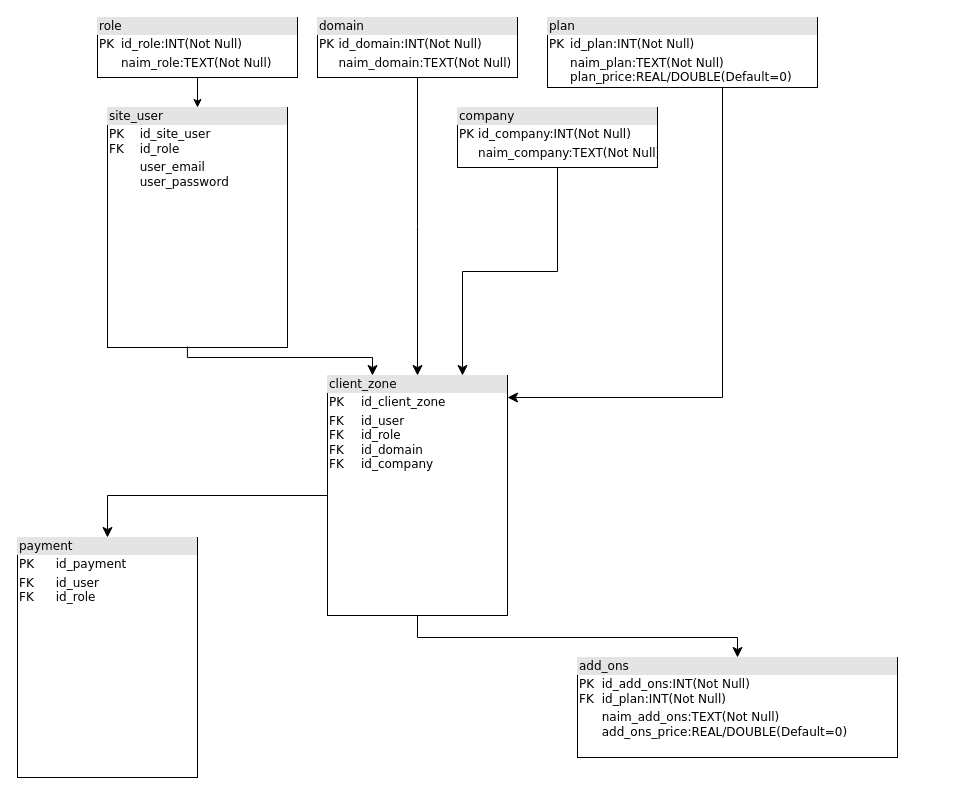
Earlier version of the draw.io diagram payment_gateway/payment_gateway.drawio (Scykorr/inout_project). Source tidied: cells renumbered, new cells numbered last; positions are measured from the earlier drawing's top-left corner, leaving out a move shared by most shapes. Both pictures are drawn from the tidied source at 100%, with x=0, y=0 at pixel (17, 17).
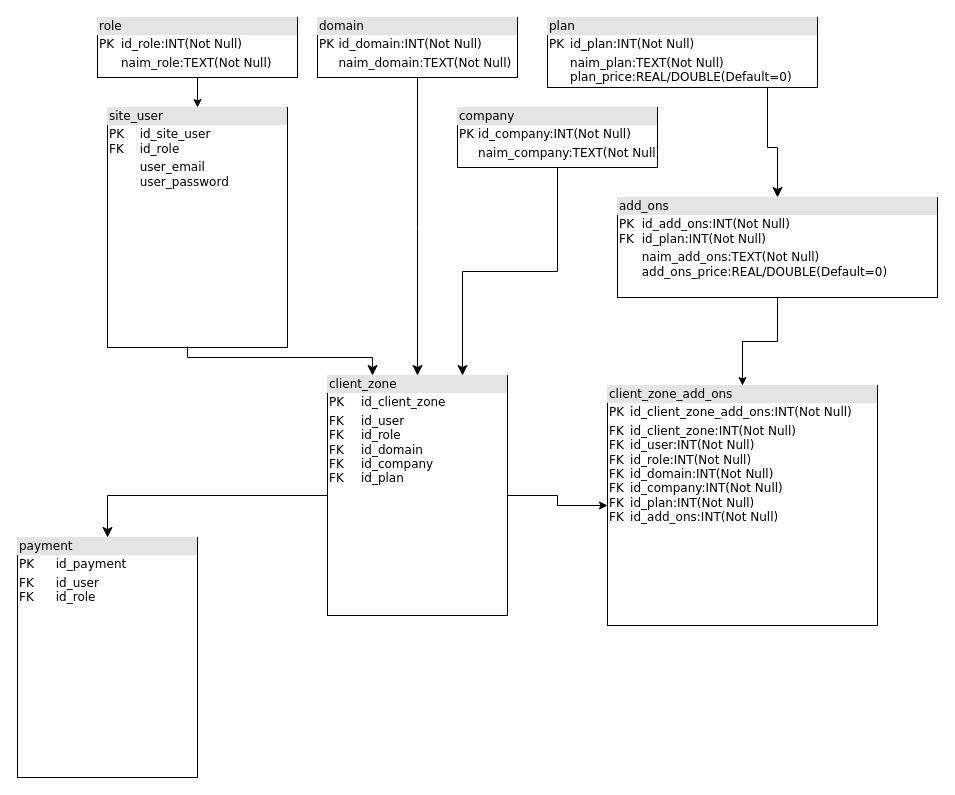
After the change.

Commit message:
Обновление payment_gateway.drawio add add-ons table

Unchanged cells that the change refers to:
```xml
<mxCell id="13" value="&lt;div style=&quot;box-sizing: border-box ; width: 100% ; background: #e4e4e4 ; padding: 2px&quot;&gt;plan&lt;/div&gt;&lt;table style=&quot;width: 100% ; font-size: 1em&quot; cellpadding=&quot;2&quot; cellspacing=&quot;0&quot;&gt;&lt;tbody&gt;&lt;tr&gt;&lt;td&gt;PK&lt;/td&gt;&lt;td&gt;id_plan:INT(Not Null)&lt;/td&gt;&lt;/tr&gt;&lt;tr&gt;&lt;td&gt;&lt;br&gt;&lt;/td&gt;&lt;td&gt;naim_plan:TEXT(Not Null)&lt;br&gt;plan_price:REAL/DOUBLE(Default=0)&lt;/td&gt;&lt;/tr&gt;&lt;/tbody&gt;&lt;/table&gt;" style="verticalAlign=top;align=left;overflow=fill;html=1;rounded=0;shadow=0;comic=0;labelBackgroundColor=none;strokeWidth=1;fontFamily=Verdana;fontSize=12;" parent="1" vertex="1">
  <mxGeometry x="530" width="270" height="70" as="geometry" />
</mxCell>
```

What changed in the source:
```diff
@@
+    <mxCell id="17" style="edgeStyle=orthogonalEdgeStyle;rounded=0;jettySize=auto;html=1;" parent="1" edge="1" source="7" target="19">
+      <mxGeometry relative="1" as="geometry" />
+    </mxCell>
-    <mxCell id="7" value="&lt;div style=&quot;box-sizing: border-box ; width: 100% ; background: #e4e4e4 ; padding: 2px&quot;&gt;client_zone&lt;/div&gt;&lt;table style=&quot;width: 100% ; font-size: 1em&quot; cellpadding=&quot;2&quot; cellspacing=&quot;0&quot;&gt;&lt;tbody&gt;&lt;tr&gt;&lt;td&gt;PK&lt;/td&gt;&lt;td&gt;id_client_zone&lt;/td&gt;&lt;/tr&gt;&lt;tr&gt;&lt;td&gt;FK&lt;br&gt;FK&lt;br&gt;FK&lt;br&gt;FK&lt;/td&gt;&lt;td&gt;id_user&lt;br&gt;id_role&lt;br&gt;id_domain&lt;br&gt;id_company&lt;/td&gt;&lt;/tr&gt;&lt;tr&gt;&lt;td&gt;&lt;/td&gt;&lt;td&gt;&lt;/td&gt;&lt;/tr&gt;&lt;/tbody&gt;&lt;/table&gt;" style="verticalAlign=top;align=left;overflow=fill;html=1;rounded=0;shadow=0;comic=0;labelBackgroundColor=none;strokeWidth=1;fontFamily=Verdana;fontSize=12;" parent="1" vertex="1">
+    <mxCell id="7" value="&lt;div style=&quot;box-sizing: border-box ; width: 100% ; background: #e4e4e4 ; padding: 2px&quot;&gt;client_zone&lt;/div&gt;&lt;table style=&quot;width: 100% ; font-size: 1em&quot; cellpadding=&quot;2&quot; cellspacing=&quot;0&quot;&gt;&lt;tbody&gt;&lt;tr&gt;&lt;td&gt;PK&lt;/td&gt;&lt;td&gt;id_client_zone&lt;/td&gt;&lt;/tr&gt;&lt;tr&gt;&lt;td&gt;FK&lt;br&gt;FK&lt;br&gt;FK&lt;br&gt;FK&lt;br&gt;FK&lt;/td&gt;&lt;td&gt;id_user&lt;br&gt;id_role&lt;br&gt;id_domain&lt;br&gt;id_company&lt;br&gt;id_plan&lt;/td&gt;&lt;/tr&gt;&lt;tr&gt;&lt;td&gt;&lt;/td&gt;&lt;td&gt;&lt;/td&gt;&lt;/tr&gt;&lt;/tbody&gt;&lt;/table&gt;" style="verticalAlign=top;align=left;overflow=fill;html=1;rounded=0;shadow=0;comic=0;labelBackgroundColor=none;strokeWidth=1;fontFamily=Verdana;fontSize=12;" parent="1" vertex="1">
       <mxGeometry x="310" y="358" width="180" height="240" as="geometry" />
     </mxCell>
@@
+    <mxCell id="18" style="edgeStyle=orthogonalEdgeStyle;rounded=0;jettySize=auto;html=1;" parent="1" edge="1" source="14" target="19">
+      <mxGeometry relative="1" as="geometry" />
+    </mxCell>
     <mxCell id="14" value="&lt;div style=&quot;box-sizing: border-box ; width: 100% ; background: #e4e4e4 ; padding: 2px&quot;&gt;add_ons&lt;/div&gt;&lt;table style=&quot;width: 100% ; font-size: 1em&quot; cellpadding=&quot;2&quot; cellspacing=&quot;0&quot;&gt;&lt;tbody&gt;&lt;tr&gt;&lt;td&gt;PK&lt;br&gt;FK&lt;/td&gt;&lt;td&gt;id_add_ons:INT(Not Null)&lt;br&gt;id_plan:INT(Not Null)&lt;br&gt;&lt;/td&gt;&lt;/tr&gt;&lt;tr&gt;&lt;td&gt;&lt;br&gt;&lt;/td&gt;&lt;td&gt;naim_add_ons:TEXT(Not Null)&lt;br&gt;add_ons_price:REAL/DOUBLE(Default=0)&lt;br&gt;&lt;/td&gt;&lt;/tr&gt;&lt;/tbody&gt;&lt;/table&gt;" style="verticalAlign=top;align=left;overflow=fill;html=1;rounded=0;shadow=0;comic=0;labelBackgroundColor=none;strokeWidth=1;fontFamily=Verdana;fontSize=12;" parent="1" vertex="1">
-      <mxGeometry x="560" y="640" width="320" height="100" as="geometry" />
+      <mxGeometry x="600" y="180" width="320" height="100" as="geometry" />
     </mxCell>
-    <mxCell id="15" style="edgeStyle=segmentEdgeStyle;endArrow=classic;html=1;curved=0;rounded=0;endSize=8;startSize=8;exitX=0.5;exitY=1;exitDx=0;exitDy=0;" parent="1" edge="1" source="13">
+    <mxCell id="15" style="edgeStyle=segmentEdgeStyle;endArrow=classic;html=1;curved=0;rounded=0;endSize=8;startSize=8;exitX=0.5;exitY=1;exitDx=0;exitDy=0;entryX=0.5;entryY=0;entryDx=0;entryDy=0;" parent="1" edge="1" source="13" target="14">
       <mxGeometry relative="1" as="geometry">
-        <mxPoint x="490" y="380" as="targetPoint" />
         <Array as="points">
-          <mxPoint x="705" y="70" />
-          <mxPoint x="705" y="380" />
-          <mxPoint x="490" y="380" />
+          <mxPoint x="750" y="70" />
+          <mxPoint x="750" y="130" />
+          <mxPoint x="760" y="130" />
         </Array>
       </mxGeometry>
     </mxCell>
-    <mxCell id="16" style="edgeStyle=segmentEdgeStyle;endArrow=classic;html=1;curved=0;rounded=0;endSize=8;startSize=8;exitX=0.5;exitY=1;exitDx=0;exitDy=0;entryX=0.5;entryY=0;entryDx=0;entryDy=0;" parent="1" edge="1" source="7" target="14">
-      <mxGeometry relative="1" as="geometry">
-        <Array as="points">
-          <mxPoint x="400" y="620" />
-          <mxPoint x="720" y="620" />
-        </Array>
-      </mxGeometry>
-    </mxCell>
+    <mxCell id="19" value="&lt;div style=&quot;box-sizing: border-box ; width: 100% ; background: #e4e4e4 ; padding: 2px&quot;&gt;client_zone_add_ons&lt;/div&gt;&lt;table style=&quot;width: 100% ; font-size: 1em&quot; cellpadding=&quot;2&quot; cellspacing=&quot;0&quot;&gt;&lt;tbody&gt;&lt;tr&gt;&lt;td&gt;PK&lt;/td&gt;&lt;td&gt;id_client_zone_add_ons:INT(Not Null)&lt;/td&gt;&lt;/tr&gt;&lt;tr&gt;&lt;td&gt;FK&lt;br&gt;FK&lt;br&gt;FK&lt;br&gt;FK&lt;br&gt;FK&lt;br&gt;FK&lt;br&gt;FK&lt;/td&gt;&lt;td&gt;id_client_zone:INT(Not Null)&lt;br&gt;id_user:INT(Not Null)&lt;br&gt;id_role:INT(Not Null)&lt;br&gt;id_domain:INT(Not Null)&lt;br&gt;id_company:INT(Not Null)&lt;br&gt;id_plan:INT(Not Null)&lt;br&gt;id_add_ons:INT(Not Null)&lt;/td&gt;&lt;/tr&gt;&lt;tr&gt;&lt;td&gt;&lt;/td&gt;&lt;td&gt;&lt;/td&gt;&lt;/tr&gt;&lt;/tbody&gt;&lt;/table&gt;" style="verticalAlign=top;align=left;overflow=fill;html=1;rounded=0;shadow=0;comic=0;labelBackgroundColor=none;strokeWidth=1;fontFamily=Verdana;fontSize=12;" parent="1" vertex="1">
+      <mxGeometry x="590" y="368" width="270" height="240" as="geometry" />
+    </mxCell>
```
